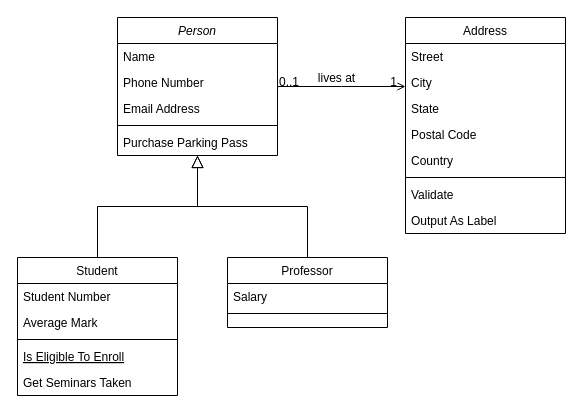
The draw.io diagram Untitled Diagram.drawio in Santiago-Puentes/TP1, before the edit. Source tidied: cells renumbered, new cells numbered last; positions are measured from the earlier drawing's top-left corner, leaving out a move shared by most shapes. Both pictures are drawn from the tidied source at 100%, with x=0, y=0 at pixel (17, 17).
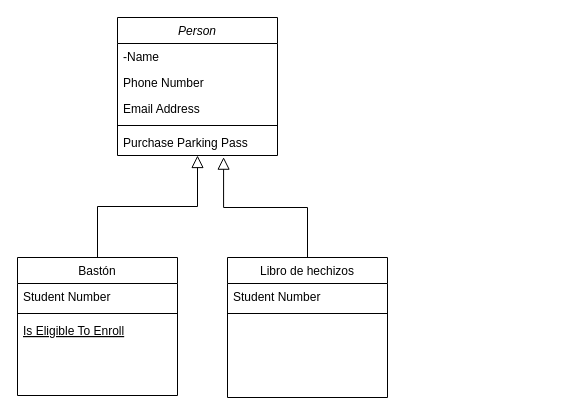
After the change.

The change refers to these unchanged cells:
```xml
<mxCell id="2" value="Person" style="swimlane;fontStyle=2;align=center;verticalAlign=top;horizontal=1;startSize=26;rounded=0;shadow=0;strokeWidth=1;" parent="1" vertex="1">
  <mxGeometry x="100" width="160" height="138" as="geometry" />
</mxCell>
<mxCell id="7" value="Purchase Parking Pass" style="text;align=left;verticalAlign=top;spacingLeft=4;spacingRight=4;overflow=hidden;points=[[0,0.5],[1,0.5]];portConstraint=eastwest;" parent="2" vertex="1">
  <mxGeometry y="112" width="160" height="26" as="geometry" />
</mxCell>
```

The edit, as a diff of the source:
```diff
@@
-    <mxCell id="3" value="Name" style="text;align=left;verticalAlign=top;spacingLeft=4;spacingRight=4;overflow=hidden;" parent="2" vertex="1">
+    <mxCell id="3" value="-Name" style="text;align=left;verticalAlign=top;spacingLeft=4;spacingRight=4;overflow=hidden;" parent="2" vertex="1">
       <mxGeometry y="26" width="160" height="26" as="geometry" />
     </mxCell>
@@
-    <mxCell id="8" value="Student" style="swimlane;fontStyle=0;align=center;verticalAlign=top;horizontal=1;startSize=26;rounded=0;shadow=0;strokeWidth=1;" parent="1" vertex="1">
+    <mxCell id="8" value="Bastón" style="swimlane;fontStyle=0;align=center;verticalAlign=top;horizontal=1;startSize=26;rounded=0;shadow=0;strokeWidth=1;" parent="1" vertex="1">
       <mxGeometry y="240" width="160" height="138" as="geometry" />
     </mxCell>
@@
-    <mxCell id="10" value="Average Mark" style="text;align=left;verticalAlign=top;spacingLeft=4;spacingRight=4;overflow=hidden;rounded=0;shadow=0;html=0;" parent="8" vertex="1">
-      <mxGeometry y="52" width="160" height="26" as="geometry" />
-    </mxCell>
     <mxCell id="11" style="line;html=1;strokeWidth=1;align=left;verticalAlign=middle;spacingTop=-1;spacingLeft=3;spacingRight=3;labelPosition=right;" parent="8" vertex="1">
-      <mxGeometry y="78" width="160" height="8" as="geometry" />
+      <mxGeometry y="52" width="160" height="8" as="geometry" />
     </mxCell>
     <mxCell id="12" value="Is Eligible To Enroll" style="text;align=left;verticalAlign=top;spacingLeft=4;spacingRight=4;overflow=hidden;fontStyle=4;" parent="8" vertex="1">
-      <mxGeometry y="86" width="160" height="26" as="geometry" />
+      <mxGeometry y="60" width="160" height="26" as="geometry" />
     </mxCell>
-    <mxCell id="13" value="Get Seminars Taken" style="text;align=left;verticalAlign=top;spacingLeft=4;spacingRight=4;overflow=hidden;" parent="8" vertex="1">
-      <mxGeometry y="112" width="160" height="26" as="geometry" />
-    </mxCell>
@@
-    <mxCell id="15" value="Professor" style="swimlane;fontStyle=0;align=center;verticalAlign=top;horizontal=1;startSize=26;rounded=0;shadow=0;strokeWidth=1;" parent="1" vertex="1">
-      <mxGeometry x="210" y="240" width="160" height="70" as="geometry" />
+    <mxCell id="15" value="Libro de hechizos" style="swimlane;fontStyle=0;align=center;verticalAlign=top;horizontal=1;startSize=26;rounded=0;shadow=0;strokeWidth=1;" parent="1" vertex="1">
+      <mxGeometry x="210" y="240" width="160" height="140" as="geometry" />
     </mxCell>
-    <mxCell id="16" value="Salary" style="text;align=left;verticalAlign=top;spacingLeft=4;spacingRight=4;overflow=hidden;" parent="15" vertex="1">
-      <mxGeometry y="26" width="160" height="26" as="geometry" />
-    </mxCell>
+    <mxCell id="32" value="Student Number" style="text;align=left;verticalAlign=top;spacingLeft=4;spacingRight=4;overflow=hidden;" parent="15" vertex="1">
+      <mxGeometry y="26" width="160" height="26" as="geometry" />
+    </mxCell>
@@
-    <mxCell id="18" style="endArrow=block;endSize=10;endFill=0;shadow=0;strokeWidth=1;rounded=0;curved=0;edgeStyle=elbowEdgeStyle;elbow=vertical;" parent="1" edge="1" source="15" target="2">
+    <mxCell id="18" style="endArrow=block;endSize=10;endFill=0;shadow=0;strokeWidth=1;rounded=0;curved=0;edgeStyle=elbowEdgeStyle;elbow=vertical;entryX=0.663;entryY=1.064;entryDx=0;entryDy=0;entryPerimeter=0;" parent="1" edge="1" source="15" target="7">
       <mxGeometry relative="1" as="geometry" />
     </mxCell>
-    <mxCell id="19" value="Address" style="swimlane;fontStyle=0;align=center;verticalAlign=top;horizontal=1;startSize=26;rounded=0;shadow=0;strokeWidth=1;" parent="1" vertex="1">
-      <mxGeometry x="388" width="160" height="216" as="geometry" />
-    </mxCell>
-    <mxCell id="20" value="Street" style="text;align=left;verticalAlign=top;spacingLeft=4;spacingRight=4;overflow=hidden;" parent="19" vertex="1">
-      <mxGeometry y="26" width="160" height="26" as="geometry" />
-    </mxCell>
-    <mxCell id="21" value="City" style="text;align=left;verticalAlign=top;spacingLeft=4;spacingRight=4;overflow=hidden;rounded=0;shadow=0;html=0;" parent="19" vertex="1">
-      <mxGeometry y="52" width="160" height="26" as="geometry" />
-    </mxCell>
-    <mxCell id="22" value="State" style="text;align=left;verticalAlign=top;spacingLeft=4;spacingRight=4;overflow=hidden;rounded=0;shadow=0;html=0;" parent="19" vertex="1">
-      <mxGeometry y="78" width="160" height="26" as="geometry" />
-    </mxCell>
-    <mxCell id="23" value="Postal Code" style="text;align=left;verticalAlign=top;spacingLeft=4;spacingRight=4;overflow=hidden;rounded=0;shadow=0;html=0;" parent="19" vertex="1">
-      <mxGeometry y="104" width="160" height="26" as="geometry" />
-    </mxCell>
-    <mxCell id="24" value="Country" style="text;align=left;verticalAlign=top;spacingLeft=4;spacingRight=4;overflow=hidden;rounded=0;shadow=0;html=0;" parent="19" vertex="1">
-      <mxGeometry y="130" width="160" height="26" as="geometry" />
-    </mxCell>
-    <mxCell id="25" style="line;html=1;strokeWidth=1;align=left;verticalAlign=middle;spacingTop=-1;spacingLeft=3;spacingRight=3;labelPosition=right;" parent="19" vertex="1">
-      <mxGeometry y="156" width="160" height="8" as="geometry" />
-    </mxCell>
-    <mxCell id="26" value="Validate" style="text;align=left;verticalAlign=top;spacingLeft=4;spacingRight=4;overflow=hidden;" parent="19" vertex="1">
-      <mxGeometry y="164" width="160" height="26" as="geometry" />
-    </mxCell>
-    <mxCell id="27" value="Output As Label" style="text;align=left;verticalAlign=top;spacingLeft=4;spacingRight=4;overflow=hidden;" parent="19" vertex="1">
-      <mxGeometry y="190" width="160" height="26" as="geometry" />
-    </mxCell>
-    <mxCell id="28" style="endArrow=open;shadow=0;strokeWidth=1;rounded=0;curved=0;endFill=1;edgeStyle=elbowEdgeStyle;elbow=vertical;" parent="1" edge="1" source="2" target="19">
-      <mxGeometry x="0.5" y="41" relative="1" as="geometry">
-        <mxPoint x="-40" y="32" as="offset" />
-      </mxGeometry>
-    </mxCell>
-    <mxCell id="29" value="0..1" style="align=left;verticalAlign=bottom;labelBackgroundColor=none;fontSize=12;" parent="28" vertex="1">
-      <mxGeometry x="-1" relative="1" as="geometry">
-        <mxPoint y="4" as="offset" />
-      </mxGeometry>
-    </mxCell>
-    <mxCell id="30" value="1" style="align=right;verticalAlign=bottom;labelBackgroundColor=none;fontSize=12;" parent="28" vertex="1">
-      <mxGeometry x="1" relative="1" as="geometry">
-        <mxPoint x="-7" y="4" as="offset" />
-      </mxGeometry>
-    </mxCell>
-    <mxCell id="31" value="lives at" style="text;html=1;align=center;verticalAlign=middle;labelBackgroundColor=none;rounded=0;shadow=0;strokeWidth=1;fontSize=12;" parent="28" vertex="1">
-      <mxGeometry x="0.5" y="49" relative="1" as="geometry">
-        <mxPoint x="-38" y="40" as="offset" />
-      </mxGeometry>
-    </mxCell>
```
